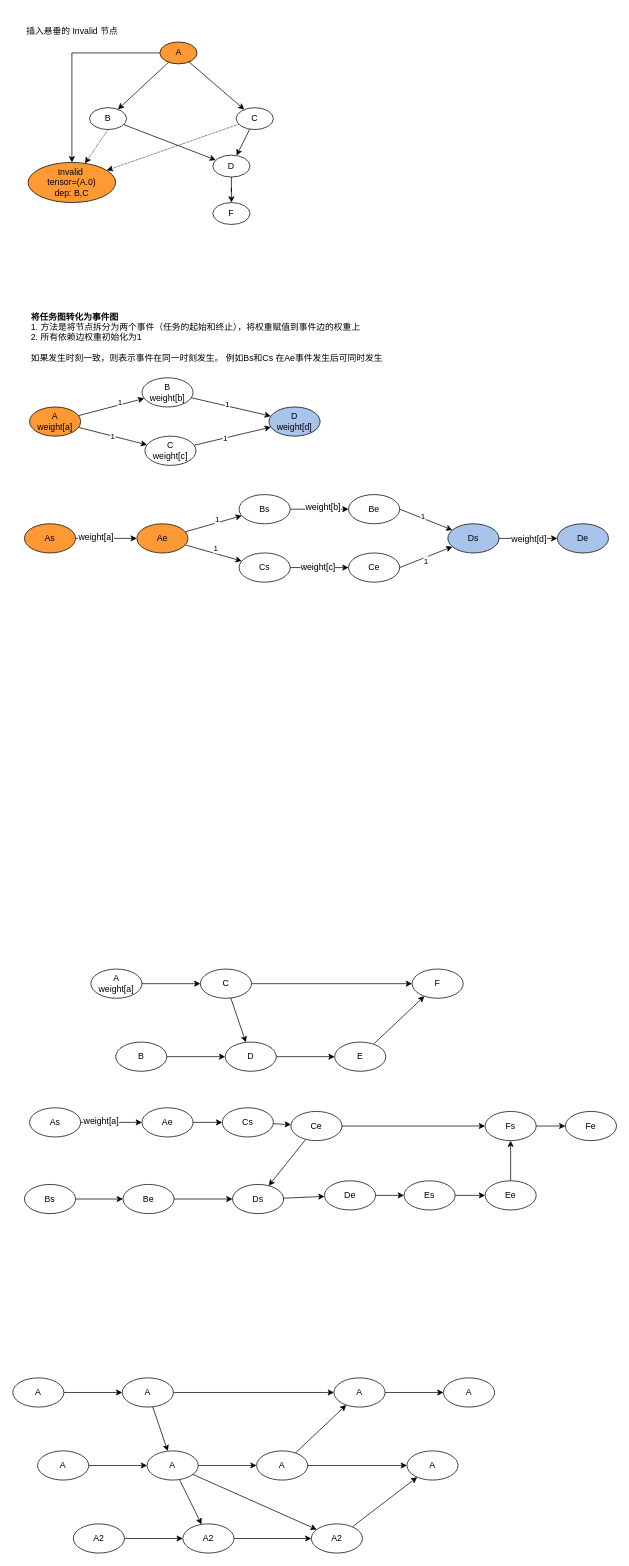
ShawnZhuang/picture keeps this draw.io diagram as simu.drawio. Above is the earlier version. Source tidied: cells renumbered, new cells numbered last; positions are measured from the earlier drawing's top-left corner, leaving out a move shared by most shapes. Both pictures are drawn from the tidied source at 73%, with x=0, y=0 at pixel (12, 20).
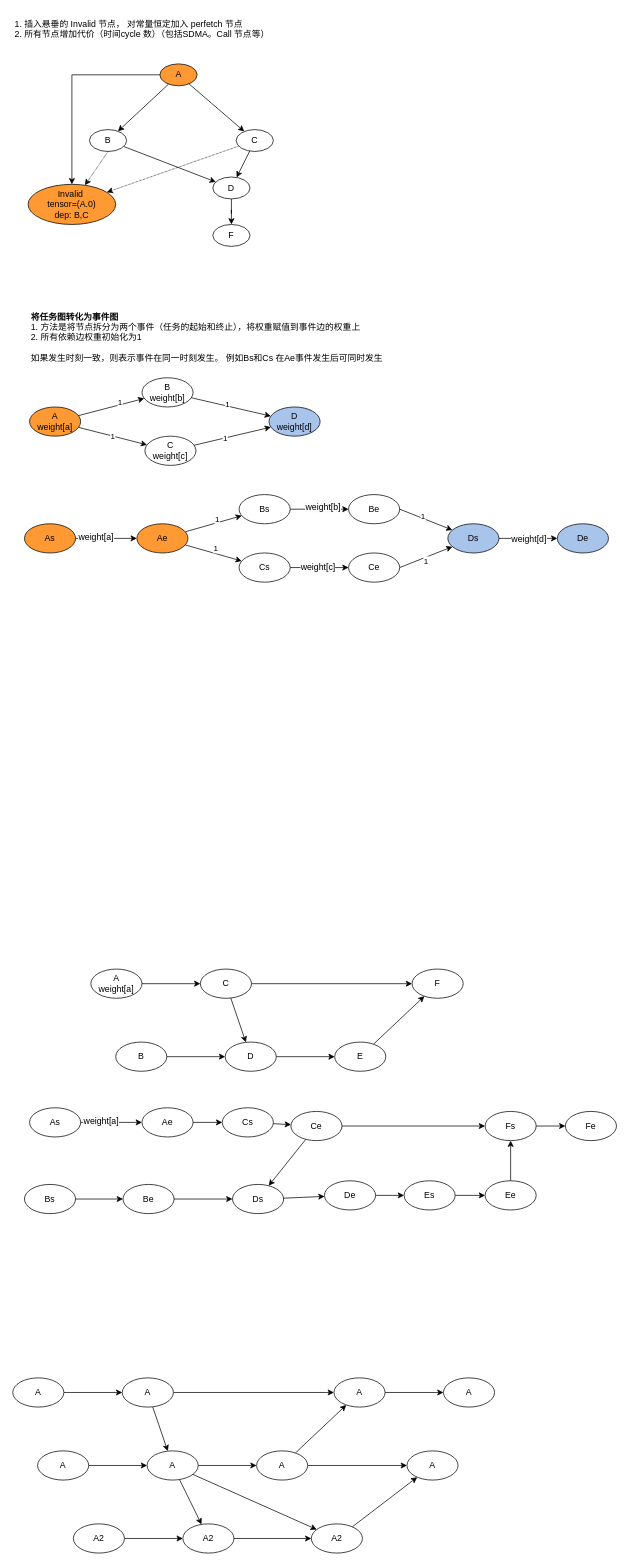
The same diagram, later.

The edit, as a diff of the source:
```diff
@@
-    <mxCell id="99" value="插入悬垂的 Invalid 节点" style="text;html=1;align=center;verticalAlign=middle;strokeColor=none;fillColor=none;" parent="1" vertex="1">
-      <mxGeometry x="6" width="150" height="30" as="geometry" />
+    <mxCell id="99" value="1. 插入悬垂的 Invalid 节点， 对常量恒定加入 perfetch 节点&lt;div&gt;2. 所有节点增加代价（时间cycle 数）（包括SDMA。Call 节点等）&lt;br&gt;&lt;div&gt;&lt;br&gt;&lt;/div&gt;&lt;/div&gt;" style="text;html=1;align=left;verticalAlign=middle;strokeColor=none;fillColor=none;" parent="1" vertex="1">
+      <mxGeometry x="1" y="-10" width="380" height="60" as="geometry" />
     </mxCell>
@@
     <mxCell id="103" value="A" style="ellipse;whiteSpace=wrap;html=1;fillColor=#FF9933;" parent="1" vertex="1">
-      <mxGeometry x="201.5" y="30" width="51" height="30" as="geometry" />
+      <mxGeometry x="201.5" y="60" width="51" height="30" as="geometry" />
     </mxCell>
@@
     <mxCell id="106" value="B" style="ellipse;whiteSpace=wrap;html=1;" parent="1" vertex="1">
-      <mxGeometry x="105" y="120" width="51" height="30" as="geometry" />
+      <mxGeometry x="105" y="150" width="51" height="30" as="geometry" />
     </mxCell>
@@
     <mxCell id="108" value="D" style="ellipse;whiteSpace=wrap;html=1;" parent="1" vertex="1">
-      <mxGeometry x="274" y="185" width="51" height="30" as="geometry" />
+      <mxGeometry x="274" y="215" width="51" height="30" as="geometry" />
     </mxCell>
@@
     <mxCell id="111" value="C" style="ellipse;whiteSpace=wrap;html=1;" parent="1" vertex="1">
-      <mxGeometry x="306" y="120" width="51" height="30" as="geometry" />
+      <mxGeometry x="306" y="150" width="51" height="30" as="geometry" />
     </mxCell>
     <mxCell id="112" value="Invalid&amp;nbsp;&lt;div&gt;tensor=(A.0)&lt;div&gt;dep: B,C&lt;/div&gt;&lt;/div&gt;" style="ellipse;whiteSpace=wrap;html=1;fillColor=#FF9933;" parent="1" vertex="1">
-      <mxGeometry x="21" y="195" width="120" height="55" as="geometry" />
+      <mxGeometry x="21" y="225" width="120" height="55" as="geometry" />
     </mxCell>
     <mxCell id="113" value="F" style="ellipse;whiteSpace=wrap;html=1;" parent="1" vertex="1">
-      <mxGeometry x="274" y="250" width="51" height="30" as="geometry" />
+      <mxGeometry x="274" y="280" width="51" height="30" as="geometry" />
     </mxCell>
```
